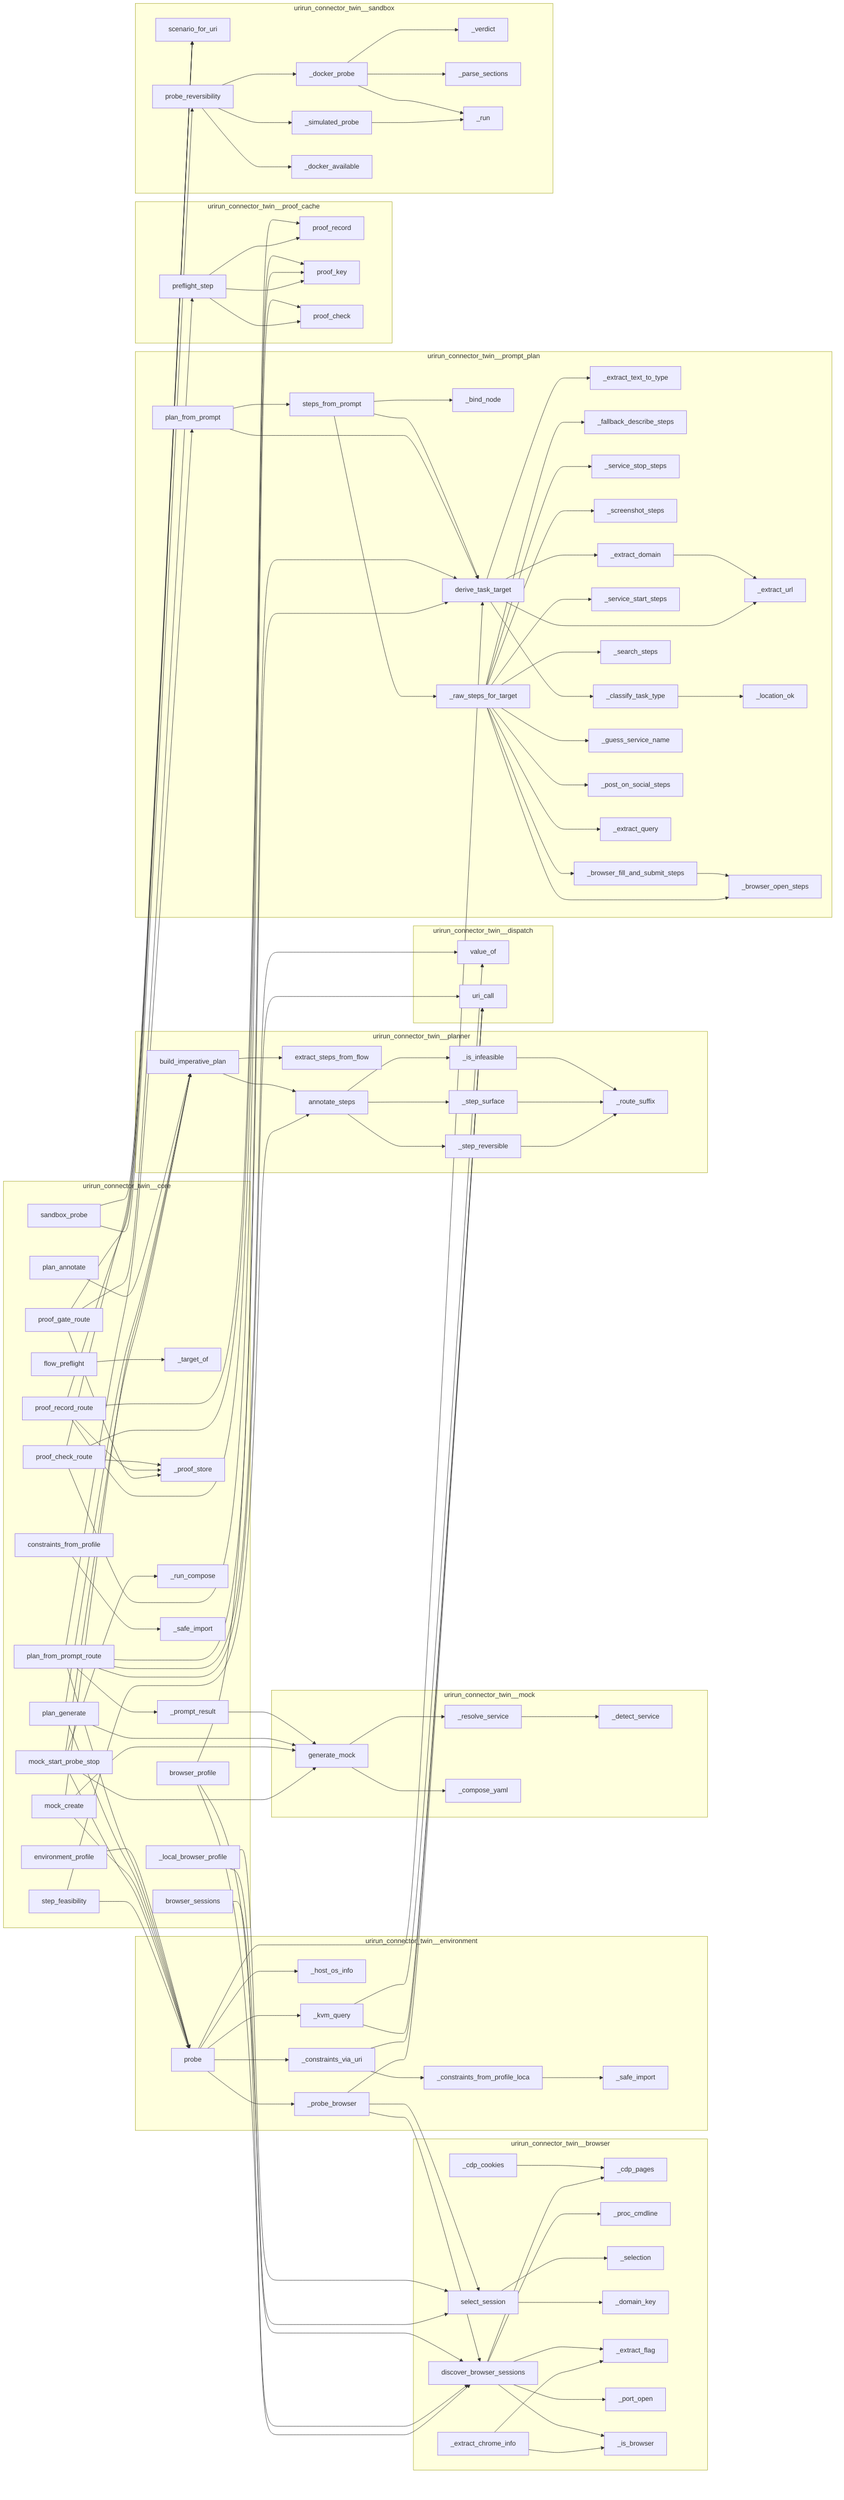
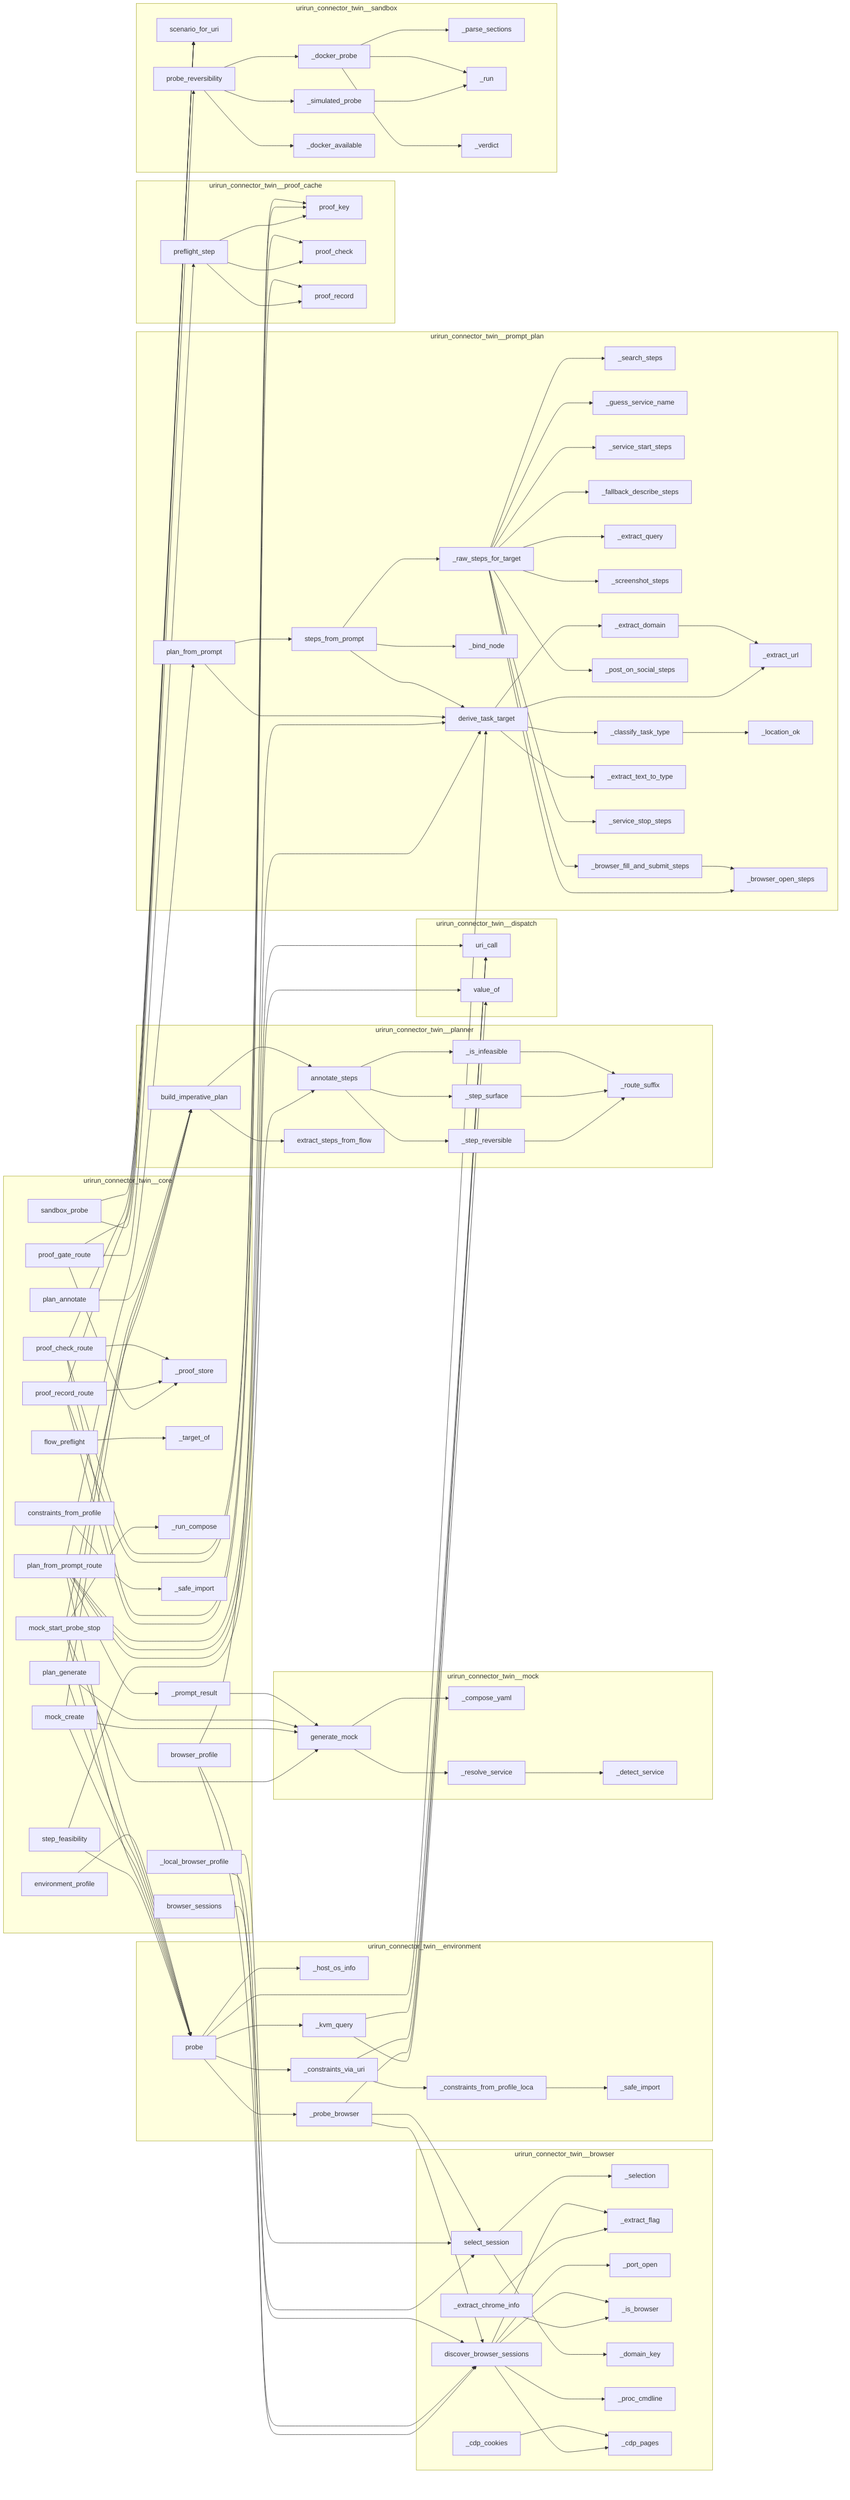
flowchart LR
%% generated in 0.00s
    subgraph urirun_connector_twin__browser
+         urirun_connector_twin__browser___selection["_selection"]
+         urirun_connector_twin__browser___extract_chrome_info["_extract_chrome_info"]
+         urirun_connector_twin__browser___extract_flag["_extract_flag"]
+         urirun_connector_twin__browser__select_session["select_session"]
+         urirun_connector_twin__browser___port_open["_port_open"]
        urirun_connector_twin__browser___cdp_cookies["_cdp_cookies"]
-         urirun_connector_twin__browser__select_session["select_session"]
+         urirun_connector_twin__browser___is_browser["_is_browser"]
+         urirun_connector_twin__browser___domain_key["_domain_key"]
+         urirun_connector_twin__browser___proc_cmdline["_proc_cmdline"]
        urirun_connector_twin__browser___cdp_pages["_cdp_pages"]
-         urirun_connector_twin__browser___proc_cmdline["_proc_cmdline"]
-         urirun_connector_twin__browser___selection["_selection"]
-         urirun_connector_twin__browser___domain_key["_domain_key"]
        urirun_connector_twin__browser__discover_browser_sessions["discover_browser_sessions"]
-         urirun_connector_twin__browser___extract_flag["_extract_flag"]
-         urirun_connector_twin__browser___extract_chrome_info["_extract_chrome_info"]
-         urirun_connector_twin__browser___port_open["_port_open"]
-         urirun_connector_twin__browser___is_browser["_is_browser"]
    end
    subgraph urirun_connector_twin__core
+         urirun_connector_twin__core___proof_store["_proof_store"]
        urirun_connector_twin__core___target_of["_target_of"]
+         urirun_connector_twin__core__plan_from_prompt_route["plan_from_prompt_route"]
+         urirun_connector_twin__core___run_compose["_run_compose"]
+         urirun_connector_twin__core__flow_preflight["flow_preflight"]
+         urirun_connector_twin__core__step_feasibility["step_feasibility"]
+         urirun_connector_twin__core__mock_create["mock_create"]
+         urirun_connector_twin__core__browser_sessions["browser_sessions"]
+         urirun_connector_twin__core__proof_record_route["proof_record_route"]
+         urirun_connector_twin__core__constraints_from_profile["constraints_from_profile"]
+         urirun_connector_twin__core__browser_profile["browser_profile"]
+         urirun_connector_twin__core__proof_gate_route["proof_gate_route"]
+         urirun_connector_twin__core__proof_check_route["proof_check_route"]
+         urirun_connector_twin__core___safe_import["_safe_import"]
+         urirun_connector_twin__core__plan_annotate["plan_annotate"]
+         urirun_connector_twin__core__plan_generate["plan_generate"]
+         urirun_connector_twin__core__mock_start_probe_stop["mock_start_probe_stop"]
        urirun_connector_twin__core__sandbox_probe["sandbox_probe"]
+         urirun_connector_twin__core___local_browser_profile["_local_browser_profile"]
        urirun_connector_twin__core__environment_profile["environment_profile"]
-         urirun_connector_twin__core__plan_annotate["plan_annotate"]
-         urirun_connector_twin__core__proof_record_route["proof_record_route"]
-         urirun_connector_twin__core__flow_preflight["flow_preflight"]
-         urirun_connector_twin__core__plan_generate["plan_generate"]
-         urirun_connector_twin__core__browser_sessions["browser_sessions"]
-         urirun_connector_twin__core__constraints_from_profile["constraints_from_profile"]
        urirun_connector_twin__core___prompt_result["_prompt_result"]
-         urirun_connector_twin__core__mock_start_probe_stop["mock_start_probe_stop"]
-         urirun_connector_twin__core___proof_store["_proof_store"]
-         urirun_connector_twin__core__step_feasibility["step_feasibility"]
-         urirun_connector_twin__core__plan_from_prompt_route["plan_from_prompt_route"]
-         urirun_connector_twin__core__proof_check_route["proof_check_route"]
-         urirun_connector_twin__core__proof_gate_route["proof_gate_route"]
-         urirun_connector_twin__core___local_browser_profile["_local_browser_profile"]
-         urirun_connector_twin__core__mock_create["mock_create"]
-         urirun_connector_twin__core___run_compose["_run_compose"]
-         urirun_connector_twin__core__browser_profile["browser_profile"]
-         urirun_connector_twin__core___safe_import["_safe_import"]
    end
    subgraph urirun_connector_twin__dispatch
+         urirun_connector_twin__dispatch__uri_call["uri_call"]
        urirun_connector_twin__dispatch__value_of["value_of"]
-         urirun_connector_twin__dispatch__uri_call["uri_call"]
    end
    subgraph urirun_connector_twin__environment
+         urirun_connector_twin__environment___safe_import["_safe_import"]
+         urirun_connector_twin__environment___host_os_info["_host_os_info"]
+         urirun_connector_twin__environment___kvm_query["_kvm_query"]
        urirun_connector_twin__environment__probe["probe"]
-         urirun_connector_twin__environment___safe_import["_safe_import"]
+         urirun_connector_twin__environment___constraints_via_uri["_constraints_via_uri"]
        urirun_connector_twin__environment___constraints_from_profile_local["_constraints_from_profile_loca"]
        urirun_connector_twin__environment___probe_browser["_probe_browser"]
-         urirun_connector_twin__environment___host_os_info["_host_os_info"]
-         urirun_connector_twin__environment___constraints_via_uri["_constraints_via_uri"]
-         urirun_connector_twin__environment___kvm_query["_kvm_query"]
    end
    subgraph urirun_connector_twin__mock
+         urirun_connector_twin__mock___compose_yaml["_compose_yaml"]
        urirun_connector_twin__mock__generate_mock["generate_mock"]
        urirun_connector_twin__mock___resolve_service["_resolve_service"]
        urirun_connector_twin__mock___detect_service["_detect_service"]
-         urirun_connector_twin__mock___compose_yaml["_compose_yaml"]
    end
    subgraph urirun_connector_twin__planner
+         urirun_connector_twin__planner__annotate_steps["annotate_steps"]
+         urirun_connector_twin__planner__build_imperative_plan["build_imperative_plan"]
+         urirun_connector_twin__planner___route_suffix["_route_suffix"]
+         urirun_connector_twin__planner___is_infeasible["_is_infeasible"]
+         urirun_connector_twin__planner__extract_steps_from_flow["extract_steps_from_flow"]
        urirun_connector_twin__planner___step_reversible["_step_reversible"]
-         urirun_connector_twin__planner__extract_steps_from_flow["extract_steps_from_flow"]
-         urirun_connector_twin__planner__annotate_steps["annotate_steps"]
-         urirun_connector_twin__planner___route_suffix["_route_suffix"]
-         urirun_connector_twin__planner__build_imperative_plan["build_imperative_plan"]
-         urirun_connector_twin__planner___is_infeasible["_is_infeasible"]
        urirun_connector_twin__planner___step_surface["_step_surface"]
    end
    subgraph urirun_connector_twin__prompt_plan
-         urirun_connector_twin__prompt_plan___extract_text_to_type["_extract_text_to_type"]
-         urirun_connector_twin__prompt_plan__plan_from_prompt["plan_from_prompt"]
-         urirun_connector_twin__prompt_plan__steps_from_prompt["steps_from_prompt"]
+         urirun_connector_twin__prompt_plan__derive_task_target["derive_task_target"]
+         urirun_connector_twin__prompt_plan___search_steps["_search_steps"]
+         urirun_connector_twin__prompt_plan___guess_service_name["_guess_service_name"]
+         urirun_connector_twin__prompt_plan___service_start_steps["_service_start_steps"]
        urirun_connector_twin__prompt_plan___fallback_describe_steps["_fallback_describe_steps"]
-         urirun_connector_twin__prompt_plan___bind_node["_bind_node"]
-         urirun_connector_twin__prompt_plan___service_stop_steps["_service_stop_steps"]
-         urirun_connector_twin__prompt_plan___raw_steps_for_target["_raw_steps_for_target"]
+         urirun_connector_twin__prompt_plan___extract_query["_extract_query"]
        urirun_connector_twin__prompt_plan___extract_url["_extract_url"]
        urirun_connector_twin__prompt_plan___location_ok["_location_ok"]
+         urirun_connector_twin__prompt_plan___bind_node["_bind_node"]
+         urirun_connector_twin__prompt_plan___browser_open_steps["_browser_open_steps"]
+         urirun_connector_twin__prompt_plan__plan_from_prompt["plan_from_prompt"]
        urirun_connector_twin__prompt_plan___screenshot_steps["_screenshot_steps"]
+         urirun_connector_twin__prompt_plan___browser_fill_and_submit_steps["_browser_fill_and_submit_steps"]
+         urirun_connector_twin__prompt_plan__steps_from_prompt["steps_from_prompt"]
+         urirun_connector_twin__prompt_plan___post_on_social_steps["_post_on_social_steps"]
+         urirun_connector_twin__prompt_plan___extract_domain["_extract_domain"]
+         urirun_connector_twin__prompt_plan___raw_steps_for_target["_raw_steps_for_target"]
        urirun_connector_twin__prompt_plan___classify_task_type["_classify_task_type"]
-         urirun_connector_twin__prompt_plan___service_start_steps["_service_start_steps"]
-         urirun_connector_twin__prompt_plan__derive_task_target["derive_task_target"]
-         urirun_connector_twin__prompt_plan___browser_fill_and_submit_steps["_browser_fill_and_submit_steps"]
-         urirun_connector_twin__prompt_plan___search_steps["_search_steps"]
-         urirun_connector_twin__prompt_plan___extract_domain["_extract_domain"]
-         urirun_connector_twin__prompt_plan___browser_open_steps["_browser_open_steps"]
-         urirun_connector_twin__prompt_plan___guess_service_name["_guess_service_name"]
-         urirun_connector_twin__prompt_plan___post_on_social_steps["_post_on_social_steps"]
-         urirun_connector_twin__prompt_plan___extract_query["_extract_query"]
+         urirun_connector_twin__prompt_plan___extract_text_to_type["_extract_text_to_type"]
+         urirun_connector_twin__prompt_plan___service_stop_steps["_service_stop_steps"]
    end
    subgraph urirun_connector_twin__proof_cache
        urirun_connector_twin__proof_cache__preflight_step["preflight_step"]
-         urirun_connector_twin__proof_cache__proof_record["proof_record"]
        urirun_connector_twin__proof_cache__proof_key["proof_key"]
        urirun_connector_twin__proof_cache__proof_check["proof_check"]
+         urirun_connector_twin__proof_cache__proof_record["proof_record"]
    end
    subgraph urirun_connector_twin__sandbox
-         urirun_connector_twin__sandbox__scenario_for_uri["scenario_for_uri"]
        urirun_connector_twin__sandbox___docker_probe["_docker_probe"]
-         urirun_connector_twin__sandbox___verdict["_verdict"]
-         urirun_connector_twin__sandbox__probe_reversibility["probe_reversibility"]
-         urirun_connector_twin__sandbox___simulated_probe["_simulated_probe"]
        urirun_connector_twin__sandbox___parse_sections["_parse_sections"]
        urirun_connector_twin__sandbox___run["_run"]
+         urirun_connector_twin__sandbox___verdict["_verdict"]
+         urirun_connector_twin__sandbox__scenario_for_uri["scenario_for_uri"]
+         urirun_connector_twin__sandbox___simulated_probe["_simulated_probe"]
+         urirun_connector_twin__sandbox__probe_reversibility["probe_reversibility"]
        urirun_connector_twin__sandbox___docker_available["_docker_available"]
    end
    urirun_connector_twin__sandbox___docker_probe --> urirun_connector_twin__sandbox___run
    urirun_connector_twin__sandbox___docker_probe --> urirun_connector_twin__sandbox___parse_sections
    urirun_connector_twin__sandbox___docker_probe --> urirun_connector_twin__sandbox___verdict
    urirun_connector_twin__sandbox___simulated_probe --> urirun_connector_twin__sandbox___run
    urirun_connector_twin__sandbox__probe_reversibility --> urirun_connector_twin__sandbox___docker_available
    urirun_connector_twin__sandbox__probe_reversibility --> urirun_connector_twin__sandbox___docker_probe
    urirun_connector_twin__sandbox__probe_reversibility --> urirun_connector_twin__sandbox___simulated_probe
    urirun_connector_twin__mock___resolve_service --> urirun_connector_twin__mock___detect_service
    urirun_connector_twin__mock__generate_mock --> urirun_connector_twin__mock___resolve_service
    urirun_connector_twin__mock__generate_mock --> urirun_connector_twin__mock___compose_yaml
    urirun_connector_twin__browser___cdp_cookies --> urirun_connector_twin__browser___cdp_pages
    urirun_connector_twin__browser__discover_browser_sessions --> urirun_connector_twin__browser___proc_cmdline
    urirun_connector_twin__browser__discover_browser_sessions --> urirun_connector_twin__browser___extract_flag
    urirun_connector_twin__browser__discover_browser_sessions --> urirun_connector_twin__browser___port_open
    urirun_connector_twin__browser__discover_browser_sessions --> urirun_connector_twin__browser___is_browser
    urirun_connector_twin__browser__discover_browser_sessions --> urirun_connector_twin__browser___cdp_pages
    urirun_connector_twin__browser__select_session --> urirun_connector_twin__browser___domain_key
    urirun_connector_twin__browser__select_session --> urirun_connector_twin__browser___selection
    urirun_connector_twin__browser___extract_chrome_info --> urirun_connector_twin__browser___extract_flag
    urirun_connector_twin__browser___extract_chrome_info --> urirun_connector_twin__browser___is_browser
    urirun_connector_twin__planner___is_infeasible --> urirun_connector_twin__planner___route_suffix
    urirun_connector_twin__planner___step_surface --> urirun_connector_twin__planner___route_suffix
    urirun_connector_twin__planner___step_reversible --> urirun_connector_twin__planner___route_suffix
    urirun_connector_twin__planner__annotate_steps --> urirun_connector_twin__planner___is_infeasible
    urirun_connector_twin__planner__annotate_steps --> urirun_connector_twin__planner___step_reversible
    urirun_connector_twin__planner__annotate_steps --> urirun_connector_twin__planner___step_surface
    urirun_connector_twin__planner__build_imperative_plan --> urirun_connector_twin__planner__extract_steps_from_flow
    urirun_connector_twin__planner__build_imperative_plan --> urirun_connector_twin__planner__annotate_steps
    urirun_connector_twin__prompt_plan___extract_domain --> urirun_connector_twin__prompt_plan___extract_url
    urirun_connector_twin__prompt_plan___browser_fill_and_submit_steps --> urirun_connector_twin__prompt_plan___browser_open_steps
    urirun_connector_twin__prompt_plan___classify_task_type --> urirun_connector_twin__prompt_plan___location_ok
    urirun_connector_twin__prompt_plan__derive_task_target --> urirun_connector_twin__prompt_plan___extract_domain
    urirun_connector_twin__prompt_plan__derive_task_target --> urirun_connector_twin__prompt_plan___extract_url
    urirun_connector_twin__prompt_plan__derive_task_target --> urirun_connector_twin__prompt_plan___extract_text_to_type
    urirun_connector_twin__prompt_plan__derive_task_target --> urirun_connector_twin__prompt_plan___classify_task_type
    urirun_connector_twin__prompt_plan___raw_steps_for_target --> urirun_connector_twin__prompt_plan___fallback_describe_steps
    urirun_connector_twin__prompt_plan___raw_steps_for_target --> urirun_connector_twin__prompt_plan___post_on_social_steps
    urirun_connector_twin__prompt_plan___raw_steps_for_target --> urirun_connector_twin__prompt_plan___search_steps
    urirun_connector_twin__prompt_plan___raw_steps_for_target --> urirun_connector_twin__prompt_plan___browser_fill_and_submit_steps
    urirun_connector_twin__prompt_plan___raw_steps_for_target --> urirun_connector_twin__prompt_plan___browser_open_steps
    urirun_connector_twin__prompt_plan___raw_steps_for_target --> urirun_connector_twin__prompt_plan___screenshot_steps
    urirun_connector_twin__prompt_plan___raw_steps_for_target --> urirun_connector_twin__prompt_plan___service_start_steps
    urirun_connector_twin__prompt_plan___raw_steps_for_target --> urirun_connector_twin__prompt_plan___service_stop_steps
    urirun_connector_twin__prompt_plan___raw_steps_for_target --> urirun_connector_twin__prompt_plan___extract_query
    urirun_connector_twin__prompt_plan___raw_steps_for_target --> urirun_connector_twin__prompt_plan___guess_service_name
    urirun_connector_twin__prompt_plan__steps_from_prompt --> urirun_connector_twin__prompt_plan___bind_node
    urirun_connector_twin__prompt_plan__steps_from_prompt --> urirun_connector_twin__prompt_plan___raw_steps_for_target
    urirun_connector_twin__prompt_plan__steps_from_prompt --> urirun_connector_twin__prompt_plan__derive_task_target
    urirun_connector_twin__prompt_plan__plan_from_prompt --> urirun_connector_twin__prompt_plan__derive_task_target
    urirun_connector_twin__prompt_plan__plan_from_prompt --> urirun_connector_twin__prompt_plan__steps_from_prompt
    urirun_connector_twin__core___local_browser_profile --> urirun_connector_twin__browser__discover_browser_sessions
    urirun_connector_twin__core___local_browser_profile --> urirun_connector_twin__browser__select_session
    urirun_connector_twin__core___prompt_result --> urirun_connector_twin__mock__generate_mock
    urirun_connector_twin__core__environment_profile --> urirun_connector_twin__environment__probe
    urirun_connector_twin__core__constraints_from_profile --> urirun_connector_twin__core___safe_import
    urirun_connector_twin__core__browser_sessions --> urirun_connector_twin__browser__discover_browser_sessions
    urirun_connector_twin__core__browser_profile --> urirun_connector_twin__browser__discover_browser_sessions
    urirun_connector_twin__core__browser_profile --> urirun_connector_twin__browser__select_session
    urirun_connector_twin__core__browser_profile --> urirun_connector_twin__prompt_plan__derive_task_target
    urirun_connector_twin__core__plan_from_prompt_route --> urirun_connector_twin__prompt_plan__derive_task_target
    urirun_connector_twin__core__plan_from_prompt_route --> urirun_connector_twin__prompt_plan__plan_from_prompt
    urirun_connector_twin__core__plan_from_prompt_route --> urirun_connector_twin__dispatch__uri_call
    urirun_connector_twin__core__plan_from_prompt_route --> urirun_connector_twin__core___prompt_result
    urirun_connector_twin__core__plan_from_prompt_route --> urirun_connector_twin__dispatch__value_of
    urirun_connector_twin__core__plan_from_prompt_route --> urirun_connector_twin__environment__probe
    urirun_connector_twin__core__plan_annotate --> urirun_connector_twin__planner__build_imperative_plan
    urirun_connector_twin__core__plan_generate --> urirun_connector_twin__environment__probe
    urirun_connector_twin__core__plan_generate --> urirun_connector_twin__planner__build_imperative_plan
    urirun_connector_twin__core__plan_generate --> urirun_connector_twin__mock__generate_mock
    urirun_connector_twin__core__mock_create --> urirun_connector_twin__environment__probe
    urirun_connector_twin__core__mock_create --> urirun_connector_twin__planner__build_imperative_plan
    urirun_connector_twin__core__mock_create --> urirun_connector_twin__mock__generate_mock
    urirun_connector_twin__core__mock_start_probe_stop --> urirun_connector_twin__environment__probe
    urirun_connector_twin__core__mock_start_probe_stop --> urirun_connector_twin__planner__build_imperative_plan
    urirun_connector_twin__core__mock_start_probe_stop --> urirun_connector_twin__mock__generate_mock
    urirun_connector_twin__core__mock_start_probe_stop --> urirun_connector_twin__core___run_compose
    urirun_connector_twin__core__step_feasibility --> urirun_connector_twin__environment__probe
    urirun_connector_twin__core__step_feasibility --> urirun_connector_twin__planner__annotate_steps
    urirun_connector_twin__core__sandbox_probe --> urirun_connector_twin__sandbox__probe_reversibility
    urirun_connector_twin__core__sandbox_probe --> urirun_connector_twin__sandbox__scenario_for_uri
    urirun_connector_twin__core__proof_check_route --> urirun_connector_twin__proof_cache__proof_key
    urirun_connector_twin__core__proof_check_route --> urirun_connector_twin__proof_cache__proof_check
    urirun_connector_twin__core__proof_check_route --> urirun_connector_twin__sandbox__scenario_for_uri
    urirun_connector_twin__core__proof_check_route --> urirun_connector_twin__core___proof_store
    urirun_connector_twin__core__proof_record_route --> urirun_connector_twin__sandbox__scenario_for_uri
    urirun_connector_twin__core__proof_record_route --> urirun_connector_twin__proof_cache__proof_key
    urirun_connector_twin__core__proof_record_route --> urirun_connector_twin__proof_cache__proof_record
    urirun_connector_twin__core__proof_record_route --> urirun_connector_twin__core___proof_store
    urirun_connector_twin__core__proof_gate_route --> urirun_connector_twin__proof_cache__preflight_step
    urirun_connector_twin__core__proof_gate_route --> urirun_connector_twin__sandbox__scenario_for_uri
    urirun_connector_twin__core__proof_gate_route --> urirun_connector_twin__core___proof_store
    urirun_connector_twin__core__flow_preflight --> urirun_connector_twin__core___target_of
    urirun_connector_twin__environment___kvm_query --> urirun_connector_twin__dispatch__uri_call
    urirun_connector_twin__environment___kvm_query --> urirun_connector_twin__dispatch__value_of
    urirun_connector_twin__environment___constraints_from_profile_local --> urirun_connector_twin__environment___safe_import
    urirun_connector_twin__environment___constraints_via_uri --> urirun_connector_twin__dispatch__uri_call
    urirun_connector_twin__environment___constraints_via_uri --> urirun_connector_twin__environment___constraints_from_profile_local
    urirun_connector_twin__environment___probe_browser --> urirun_connector_twin__dispatch__uri_call
    urirun_connector_twin__environment___probe_browser --> urirun_connector_twin__browser__select_session
    urirun_connector_twin__environment___probe_browser --> urirun_connector_twin__browser__discover_browser_sessions
    urirun_connector_twin__environment__probe --> urirun_connector_twin__environment___host_os_info
    urirun_connector_twin__environment__probe --> urirun_connector_twin__environment___constraints_via_uri
    urirun_connector_twin__environment__probe --> urirun_connector_twin__environment___probe_browser
    urirun_connector_twin__environment__probe --> urirun_connector_twin__environment___kvm_query
    urirun_connector_twin__environment__probe --> urirun_connector_twin__prompt_plan__derive_task_target
    urirun_connector_twin__proof_cache__preflight_step --> urirun_connector_twin__proof_cache__proof_key
    urirun_connector_twin__proof_cache__preflight_step --> urirun_connector_twin__proof_cache__proof_check
    urirun_connector_twin__proof_cache__preflight_step --> urirun_connector_twin__proof_cache__proof_record
